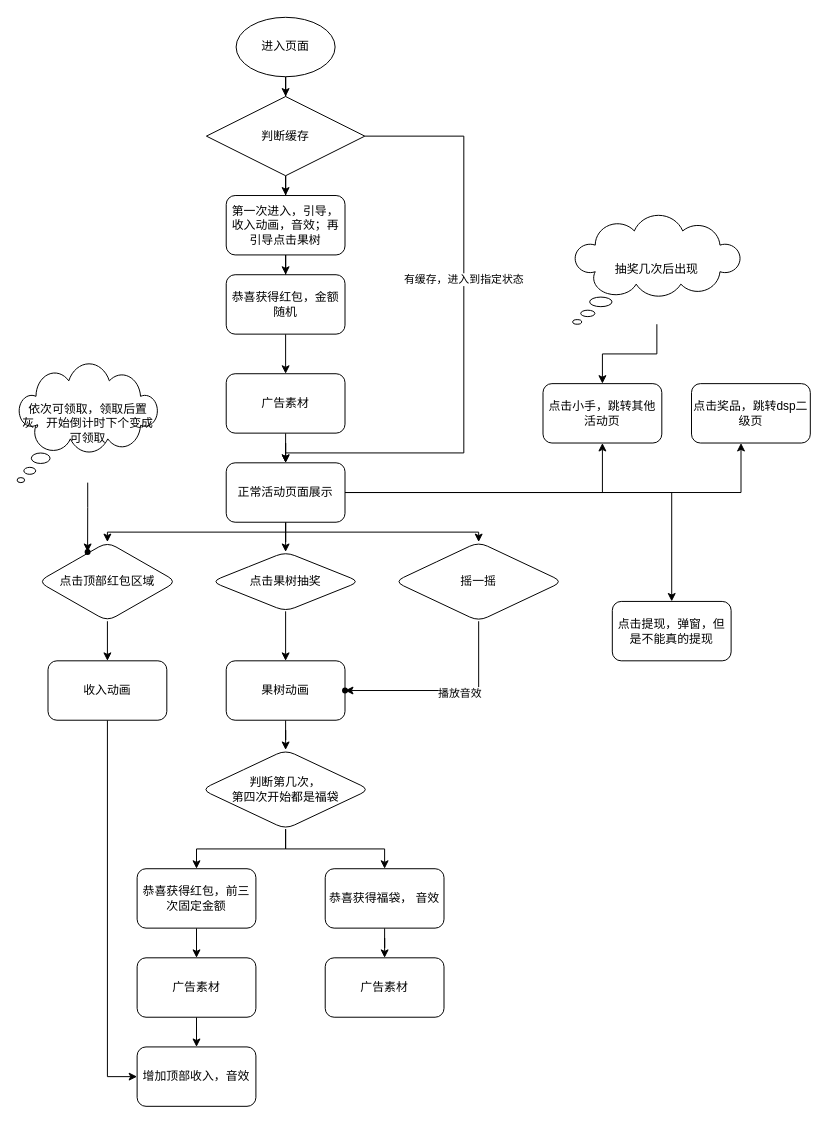
The draw.io diagram 果树.drawio in ahao430/draw, before the edit. Source tidied: cells renumbered, new cells numbered last; positions are measured from the earlier drawing's top-left corner, leaving out a move shared by most shapes. Both pictures are drawn from the tidied source at 99%, with x=0, y=0 at pixel (17, 17).
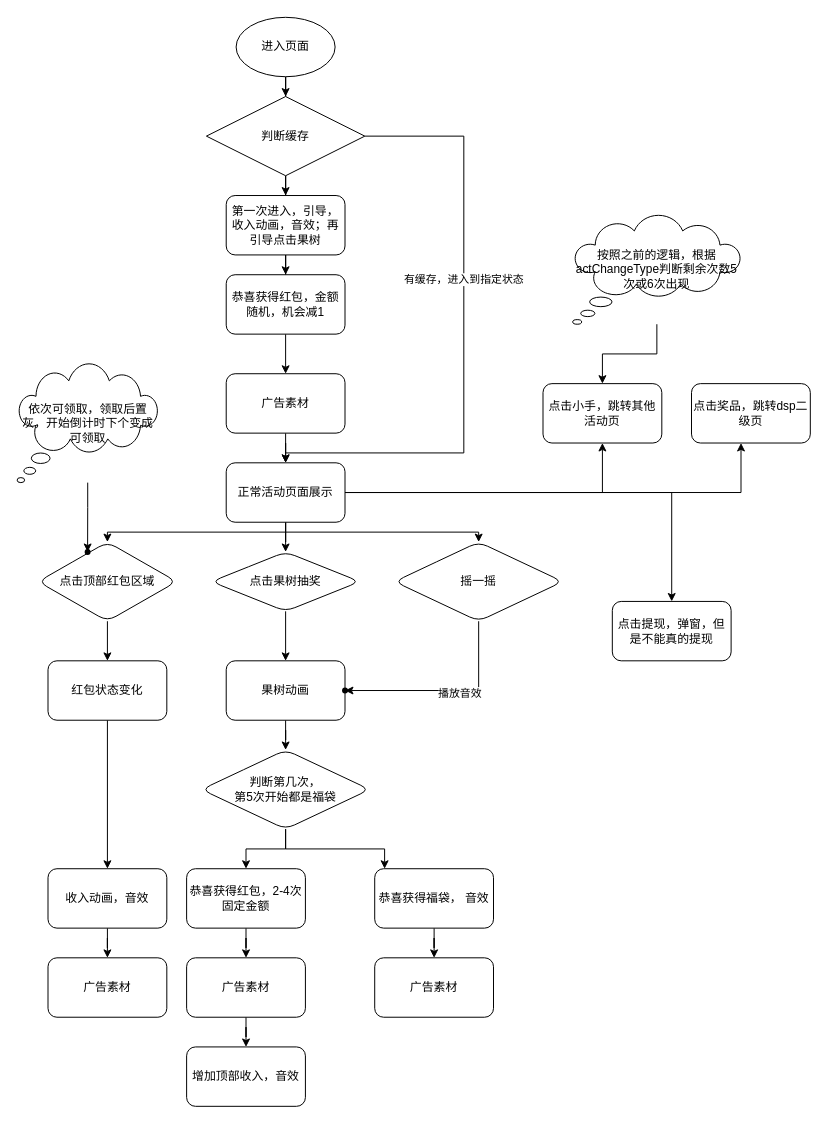
After the change.

Change to the diagram source:
```diff
@@
     <mxCell id="27" value="增加顶部收入，音效" style="whiteSpace=wrap;html=1;rounded=1;" parent="1" vertex="1">
-      <mxGeometry x="121" y="1040" width="120" height="60" as="geometry" />
+      <mxGeometry x="171" y="1040" width="120" height="60" as="geometry" />
     </mxCell>
-    <mxCell id="28" style="edgeStyle=orthogonalEdgeStyle;rounded=0;jettySize=auto;html=1;entryX=0;entryY=0.5;entryDx=0;entryDy=0;" parent="1" edge="1" source="29" target="27">
-      <mxGeometry relative="1" as="geometry">
-        <Array as="points">
-          <mxPoint x="91" y="1070" />
-        </Array>
-      </mxGeometry>
-    </mxCell>
+    <mxCell id="52" style="edgeStyle=orthogonalEdgeStyle;rounded=0;jettySize=auto;html=1;" parent="1" edge="1" source="29" target="54">
+      <mxGeometry relative="1" as="geometry" />
+    </mxCell>
-    <mxCell id="29" value="收入动画" style="rounded=1;whiteSpace=wrap;html=1;" parent="1" vertex="1">
+    <mxCell id="29" value="红包状态变化" style="rounded=1;whiteSpace=wrap;html=1;" parent="1" vertex="1">
       <mxGeometry x="31" y="650" width="120" height="60" as="geometry" />
     </mxCell>
@@
-    <mxCell id="32" value="判断第几次，&lt;br&gt;第四次开始都是福袋" style="rhombus;whiteSpace=wrap;html=1;rounded=1;" parent="1" vertex="1">
+    <mxCell id="32" value="判断第几次，&lt;br&gt;第5次开始都是福袋" style="rhombus;whiteSpace=wrap;html=1;rounded=1;" parent="1" vertex="1">
       <mxGeometry x="186" y="740" width="170" height="80" as="geometry" />
     </mxCell>
@@
     <mxCell id="34" value="恭喜获得福袋， 音效" style="whiteSpace=wrap;html=1;rounded=1;" parent="1" vertex="1">
-      <mxGeometry x="311" y="860" width="120" height="60" as="geometry" />
+      <mxGeometry x="361" y="860" width="120" height="60" as="geometry" />
     </mxCell>
@@
-    <mxCell id="36" value="恭喜获得红包，金额随机" style="whiteSpace=wrap;html=1;rounded=1;" parent="1" vertex="1">
+    <mxCell id="36" value="恭喜获得红包，金额随机，机会减1" style="whiteSpace=wrap;html=1;rounded=1;" parent="1" vertex="1">
       <mxGeometry x="211" y="260" width="120" height="60" as="geometry" />
     </mxCell>
@@
-    <mxCell id="40" value="恭喜获得红包，前三次固定金额" style="whiteSpace=wrap;html=1;rounded=1;" parent="1" vertex="1">
-      <mxGeometry x="121" y="860" width="120" height="60" as="geometry" />
+    <mxCell id="40" value="恭喜获得红包，2-4次固定金额" style="whiteSpace=wrap;html=1;rounded=1;" parent="1" vertex="1">
+      <mxGeometry x="171" y="860" width="120" height="60" as="geometry" />
     </mxCell>
@@
     <mxCell id="42" value="广告素材" style="whiteSpace=wrap;html=1;rounded=1;" parent="1" vertex="1">
-      <mxGeometry x="121" y="950" width="120" height="60" as="geometry" />
+      <mxGeometry x="171" y="950" width="120" height="60" as="geometry" />
     </mxCell>
     <mxCell id="43" value="广告素材" style="whiteSpace=wrap;html=1;rounded=1;" parent="1" vertex="1">
-      <mxGeometry x="311" y="950" width="120" height="60" as="geometry" />
+      <mxGeometry x="361" y="950" width="120" height="60" as="geometry" />
     </mxCell>
@@
-    <mxCell id="48" value="抽奖几次后出现" style="whiteSpace=wrap;html=1;shape=mxgraph.basic.cloud_callout;" parent="1" vertex="1">
+    <mxCell id="48" value="按照之前的逻辑，根据&lt;span&gt;actChangeType判断剩余次数5次或6次出现&lt;/span&gt;" style="whiteSpace=wrap;html=1;shape=mxgraph.basic.cloud_callout;" parent="1" vertex="1">
       <mxGeometry x="561" y="200" width="170" height="110" as="geometry" />
     </mxCell>
@@
+    <mxCell id="53" style="edgeStyle=orthogonalEdgeStyle;rounded=0;jettySize=auto;html=1;" parent="1" edge="1" source="54" target="55">
+      <mxGeometry relative="1" as="geometry" />
+    </mxCell>
+    <mxCell id="54" value="收入动画，音效" style="whiteSpace=wrap;html=1;rounded=1;" parent="1" vertex="1">
+      <mxGeometry x="31" y="860" width="120" height="60" as="geometry" />
+    </mxCell>
+    <mxCell id="55" value="广告素材" style="whiteSpace=wrap;html=1;rounded=1;" parent="1" vertex="1">
+      <mxGeometry x="31" y="950" width="120" height="60" as="geometry" />
+    </mxCell>
```
